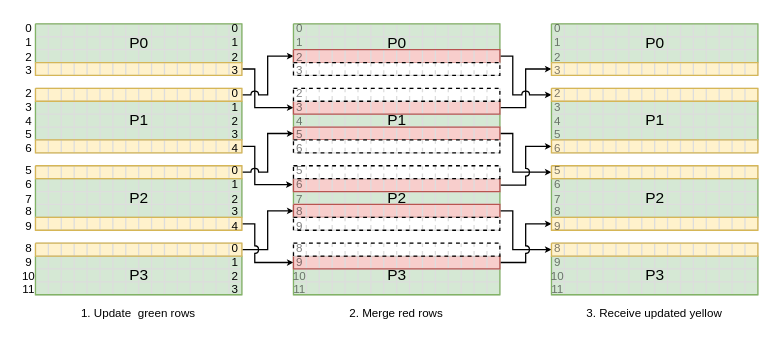
bernardo-silva/Parallel-Distributed-Computing-Project keeps this draw.io diagram as mpi/diagram.drawio. Above is the earlier version. Source tidied: cells renumbered, new cells numbered last; positions are measured from the earlier drawing's top-left corner, leaving out a move shared by most shapes. Both pictures are drawn from the tidied source at 129%, with x=0, y=0 at pixel (22, 23).
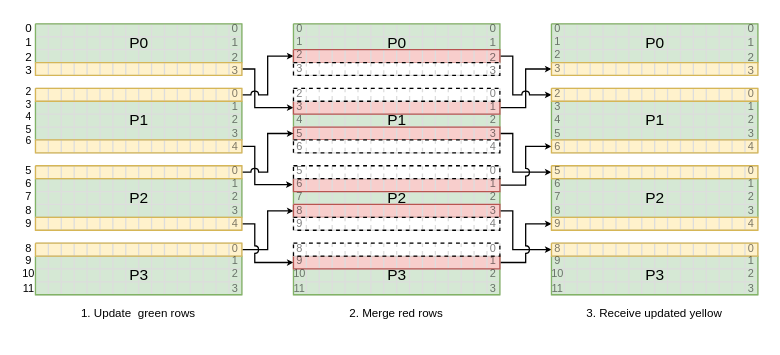
Above is the later version.

The edit, as a diff of the source:
```diff
@@
-    <mxCell id="14" value="2&lt;br&gt;3&lt;br&gt;4&lt;br&gt;5&lt;br&gt;6" style="text;strokeColor=none;fillColor=none;align=center;verticalAlign=top;rounded=0;glass=0;sketch=0;spacing=0;fontSize=9;spacingTop=-6;whiteSpace=wrap;html=1;" parent="1" vertex="1">
+    <mxCell id="14" value="2&lt;br style=&quot;font-size: 8px;&quot;&gt;3&lt;br style=&quot;font-size: 8px;&quot;&gt;4&lt;br style=&quot;font-size: 8px;&quot;&gt;5&lt;br style=&quot;font-size: 8px;&quot;&gt;6" style="text;strokeColor=none;fillColor=none;align=center;verticalAlign=top;rounded=0;glass=0;sketch=0;spacing=0;fontSize=8;spacingTop=-6;whiteSpace=wrap;html=1;" parent="1" vertex="1">
       <mxGeometry y="50" width="10" height="50" as="geometry" />
     </mxCell>
-    <mxCell id="15" value="5&lt;br&gt;6&lt;br&gt;7&lt;br&gt;8&lt;br&gt;9" style="text;strokeColor=none;fillColor=none;align=center;verticalAlign=top;rounded=0;glass=0;sketch=0;spacing=0;fontSize=9;spacingTop=-6;whiteSpace=wrap;html=1;" parent="1" vertex="1">
+    <mxCell id="15" value="5&lt;br style=&quot;font-size: 8.5px;&quot;&gt;6&lt;br style=&quot;font-size: 8.5px;&quot;&gt;7&lt;br style=&quot;font-size: 8.5px;&quot;&gt;8&lt;br style=&quot;font-size: 8.5px;&quot;&gt;9" style="text;strokeColor=none;fillColor=none;align=center;verticalAlign=top;rounded=0;glass=0;sketch=0;spacing=0;fontSize=8.5;spacingTop=-6;whiteSpace=wrap;html=1;" parent="1" vertex="1">
       <mxGeometry y="110" width="10" height="50" as="geometry" />
     </mxCell>
-    <mxCell id="16" value="8&lt;br&gt;9&lt;br&gt;10&lt;br&gt;11" style="text;strokeColor=none;fillColor=none;align=center;verticalAlign=top;rounded=0;glass=0;sketch=0;spacing=0;fontSize=9;spacingTop=-6;whiteSpace=wrap;html=1;" parent="1" vertex="1">
+    <mxCell id="16" value="8&lt;br style=&quot;font-size: 8.5px;&quot;&gt;9&lt;br style=&quot;font-size: 8.5px;&quot;&gt;10&lt;br style=&quot;font-size: 8.5px;&quot;&gt;11" style="text;strokeColor=none;fillColor=none;align=center;verticalAlign=top;rounded=0;glass=0;sketch=0;spacing=0;fontSize=8.5;spacingTop=-6;whiteSpace=wrap;html=1;" parent="1" vertex="1">
       <mxGeometry y="170" width="10" height="40" as="geometry" />
     </mxCell>
@@
-    <mxCell id="46" value="8&lt;br&gt;9&lt;br&gt;10&lt;br&gt;11" style="text;strokeColor=none;fillColor=none;align=center;verticalAlign=top;rounded=0;glass=0;sketch=0;spacing=0;fontSize=9;spacingTop=-6;whiteSpace=wrap;html=1;textOpacity=50;" parent="1" vertex="1">
+    <mxCell id="46" value="8&lt;br style=&quot;font-size: 8.5px;&quot;&gt;9&lt;br style=&quot;font-size: 8.5px;&quot;&gt;10&lt;br style=&quot;font-size: 8.5px;&quot;&gt;11" style="text;strokeColor=none;fillColor=none;align=center;verticalAlign=top;rounded=0;glass=0;sketch=0;spacing=0;fontSize=8.5;spacingTop=-6;whiteSpace=wrap;html=1;textOpacity=50;" parent="1" vertex="1">
       <mxGeometry x="210" y="170" width="10" height="40" as="geometry" />
     </mxCell>
-    <mxCell id="47" value="5&lt;br&gt;6&lt;br&gt;7&lt;br&gt;8&lt;br&gt;9" style="text;strokeColor=none;fillColor=none;align=center;verticalAlign=top;rounded=0;glass=0;sketch=0;spacing=0;fontSize=9;spacingTop=-6;whiteSpace=wrap;html=1;textOpacity=50;" parent="1" vertex="1">
+    <mxCell id="47" value="5&lt;br style=&quot;font-size: 8.5px;&quot;&gt;6&lt;br style=&quot;font-size: 8.5px;&quot;&gt;7&lt;br style=&quot;font-size: 8.5px;&quot;&gt;8&lt;br style=&quot;font-size: 8.5px;&quot;&gt;9" style="text;strokeColor=none;fillColor=none;align=center;verticalAlign=top;rounded=0;glass=0;sketch=0;spacing=0;fontSize=8.5;spacingTop=-6;whiteSpace=wrap;html=1;textOpacity=50;" parent="1" vertex="1">
       <mxGeometry x="210" y="110" width="10" height="50" as="geometry" />
     </mxCell>
-    <mxCell id="48" value="2&lt;br&gt;3&lt;br&gt;4&lt;br&gt;5&lt;br&gt;6" style="text;strokeColor=none;fillColor=none;align=center;verticalAlign=top;rounded=0;glass=0;sketch=0;spacing=0;fontSize=9;spacingTop=-6;whiteSpace=wrap;html=1;textOpacity=50;" parent="1" vertex="1">
+    <mxCell id="48" value="2&lt;br style=&quot;font-size: 8.5px;&quot;&gt;3&lt;br style=&quot;font-size: 8.5px;&quot;&gt;4&lt;br style=&quot;font-size: 8.5px;&quot;&gt;5&lt;br style=&quot;font-size: 8.5px;&quot;&gt;6" style="text;strokeColor=none;fillColor=none;align=center;verticalAlign=top;rounded=0;glass=0;sketch=0;spacing=0;fontSize=8.5;spacingTop=-6;whiteSpace=wrap;html=1;textOpacity=50;" parent="1" vertex="1">
       <mxGeometry x="210" y="50" width="10" height="50" as="geometry" />
     </mxCell>
-    <mxCell id="49" value="0&lt;br style=&quot;font-size: 9px&quot;&gt;1&lt;br style=&quot;font-size: 9px&quot;&gt;2&lt;br&gt;3" style="text;strokeColor=none;fillColor=none;align=center;verticalAlign=top;rounded=0;glass=0;sketch=0;spacing=0;fontSize=9;spacingTop=-6;whiteSpace=wrap;html=1;textOpacity=50;" parent="1" vertex="1">
+    <mxCell id="49" value="0&lt;br style=&quot;font-size: 8.5px;&quot;&gt;1&lt;br style=&quot;font-size: 8.5px;&quot;&gt;2&lt;br style=&quot;font-size: 8.5px;&quot;&gt;3" style="text;strokeColor=none;fillColor=none;align=center;verticalAlign=top;rounded=0;glass=0;sketch=0;spacing=0;fontSize=8.5;spacingTop=-6;whiteSpace=wrap;html=1;textOpacity=50;" parent="1" vertex="1">
       <mxGeometry x="210" width="10" height="40" as="geometry" />
     </mxCell>
@@
-    <mxCell id="60" value="0&lt;br style=&quot;font-size: 9px&quot;&gt;1&lt;br style=&quot;font-size: 9px&quot;&gt;2&lt;br style=&quot;font-size: 9px&quot;&gt;3" style="text;strokeColor=none;fillColor=none;align=center;verticalAlign=top;rounded=0;glass=0;sketch=0;spacing=0;fontSize=9;spacingTop=-6;whiteSpace=wrap;html=1;textOpacity=50;" parent="1" vertex="1">
+    <mxCell id="60" value="0&lt;br style=&quot;font-size: 8.5px;&quot;&gt;1&lt;br style=&quot;font-size: 8.5px;&quot;&gt;2&lt;br style=&quot;font-size: 8.5px;&quot;&gt;3" style="text;strokeColor=none;fillColor=none;align=center;verticalAlign=top;rounded=0;glass=0;sketch=0;spacing=0;fontSize=8.5;spacingTop=-6;whiteSpace=wrap;html=1;textOpacity=50;" parent="1" vertex="1">
       <mxGeometry x="410" width="10" height="40" as="geometry" />
     </mxCell>
-    <mxCell id="61" value="2&lt;br&gt;3&lt;br&gt;4&lt;br&gt;5&lt;br&gt;6" style="text;strokeColor=none;fillColor=none;align=center;verticalAlign=top;rounded=0;glass=0;sketch=0;spacing=0;fontSize=9;spacingTop=-6;whiteSpace=wrap;html=1;textOpacity=50;" parent="1" vertex="1">
+    <mxCell id="61" value="2&lt;br style=&quot;font-size: 8.5px;&quot;&gt;3&lt;br style=&quot;font-size: 8.5px;&quot;&gt;4&lt;br style=&quot;font-size: 8.5px;&quot;&gt;5&lt;br style=&quot;font-size: 8.5px;&quot;&gt;6" style="text;strokeColor=none;fillColor=none;align=center;verticalAlign=top;rounded=0;glass=0;sketch=0;spacing=0;fontSize=8.5;spacingTop=-6;whiteSpace=wrap;html=1;textOpacity=50;" parent="1" vertex="1">
       <mxGeometry x="410" y="50" width="10" height="50" as="geometry" />
     </mxCell>
-    <mxCell id="62" value="5&lt;br&gt;6&lt;br&gt;7&lt;br&gt;8&lt;br&gt;9" style="text;strokeColor=none;fillColor=none;align=center;verticalAlign=top;rounded=0;glass=0;sketch=0;spacing=0;fontSize=9;spacingTop=-6;whiteSpace=wrap;html=1;textOpacity=50;" parent="1" vertex="1">
+    <mxCell id="62" value="5&lt;br style=&quot;font-size: 8.5px;&quot;&gt;6&lt;br style=&quot;font-size: 8.5px;&quot;&gt;7&lt;br style=&quot;font-size: 8.5px;&quot;&gt;8&lt;br style=&quot;font-size: 8.5px;&quot;&gt;9" style="text;strokeColor=none;fillColor=none;align=center;verticalAlign=top;rounded=0;glass=0;sketch=0;spacing=0;fontSize=8.5;spacingTop=-6;whiteSpace=wrap;html=1;textOpacity=50;" parent="1" vertex="1">
       <mxGeometry x="410" y="110" width="10" height="50" as="geometry" />
     </mxCell>
-    <mxCell id="63" value="8&lt;br&gt;9&lt;br&gt;10&lt;br&gt;11" style="text;strokeColor=none;fillColor=none;align=center;verticalAlign=top;rounded=0;glass=0;sketch=0;spacing=0;fontSize=9;spacingTop=-6;whiteSpace=wrap;html=1;textOpacity=50;" parent="1" vertex="1">
+    <mxCell id="63" value="8&lt;br style=&quot;font-size: 8.5px;&quot;&gt;9&lt;br style=&quot;font-size: 8.5px;&quot;&gt;10&lt;br style=&quot;font-size: 8.5px;&quot;&gt;11" style="text;strokeColor=none;fillColor=none;align=center;verticalAlign=top;rounded=0;glass=0;sketch=0;spacing=0;fontSize=8.5;spacingTop=-6;whiteSpace=wrap;html=1;textOpacity=50;" parent="1" vertex="1">
       <mxGeometry x="410" y="170" width="10" height="40" as="geometry" />
     </mxCell>
@@
-    <mxCell id="65" value="0&lt;br&gt;1&lt;br&gt;2&lt;br&gt;3" style="text;strokeColor=none;fillColor=none;align=center;verticalAlign=top;rounded=0;glass=0;sketch=0;spacing=0;fontSize=9;spacingTop=-6;whiteSpace=wrap;html=1;" parent="1" vertex="1">
+    <mxCell id="65" value="0&lt;br&gt;1&lt;br&gt;2&lt;br&gt;3" style="text;strokeColor=none;fillColor=none;align=center;verticalAlign=top;rounded=0;glass=0;sketch=0;spacing=0;fontSize=9;spacingTop=-6;whiteSpace=wrap;html=1;textOpacity=50;" parent="1" vertex="1">
       <mxGeometry x="160" width="10" height="40" as="geometry" />
     </mxCell>
-    <mxCell id="66" value="0&lt;br&gt;1&lt;br&gt;2&lt;br&gt;3&lt;br&gt;4" style="text;strokeColor=none;fillColor=none;align=center;verticalAlign=top;rounded=0;glass=0;sketch=0;spacing=0;fontSize=9;spacingTop=-6;whiteSpace=wrap;html=1;" parent="1" vertex="1">
+    <mxCell id="66" value="0&lt;br style=&quot;font-size: 8.5px;&quot;&gt;1&lt;br style=&quot;font-size: 8.5px;&quot;&gt;2&lt;br style=&quot;font-size: 8.5px;&quot;&gt;3&lt;br style=&quot;font-size: 8.5px;&quot;&gt;4" style="text;strokeColor=none;fillColor=none;align=center;verticalAlign=top;rounded=0;glass=0;sketch=0;spacing=0;fontSize=8.5;spacingTop=-6;whiteSpace=wrap;html=1;textOpacity=50;" parent="1" vertex="1">
       <mxGeometry x="160" y="50" width="10" height="50" as="geometry" />
     </mxCell>
-    <mxCell id="67" value="0&lt;br&gt;1&lt;br&gt;2&lt;br&gt;3&lt;br&gt;4" style="text;strokeColor=none;fillColor=none;align=center;verticalAlign=top;rounded=0;glass=0;sketch=0;spacing=0;fontSize=9;spacingTop=-6;whiteSpace=wrap;html=1;" parent="1" vertex="1">
+    <mxCell id="67" value="0&lt;br style=&quot;font-size: 8.5px;&quot;&gt;1&lt;br style=&quot;font-size: 8.5px;&quot;&gt;2&lt;br style=&quot;font-size: 8.5px;&quot;&gt;3&lt;br style=&quot;font-size: 8.5px;&quot;&gt;4" style="text;strokeColor=none;fillColor=none;align=center;verticalAlign=top;rounded=0;glass=0;sketch=0;spacing=0;fontSize=8.5;spacingTop=-6;whiteSpace=wrap;html=1;textOpacity=50;" parent="1" vertex="1">
       <mxGeometry x="160" y="110" width="10" height="50" as="geometry" />
     </mxCell>
-    <mxCell id="68" value="0&lt;br&gt;1&lt;br&gt;2&lt;br&gt;3" style="text;strokeColor=none;fillColor=none;align=center;verticalAlign=top;rounded=0;glass=0;sketch=0;spacing=0;fontSize=9;spacingTop=-6;whiteSpace=wrap;html=1;" parent="1" vertex="1">
+    <mxCell id="68" value="0&lt;br style=&quot;font-size: 8.5px;&quot;&gt;1&lt;br style=&quot;font-size: 8.5px;&quot;&gt;2&lt;br style=&quot;font-size: 8.5px;&quot;&gt;3" style="text;strokeColor=none;fillColor=none;align=center;verticalAlign=top;rounded=0;glass=0;sketch=0;spacing=0;fontSize=8.5;spacingTop=-6;whiteSpace=wrap;html=1;textOpacity=50;" parent="1" vertex="1">
       <mxGeometry x="160" y="170" width="10" height="40" as="geometry" />
     </mxCell>
+    <mxCell id="69" value="0&lt;br&gt;1&lt;br&gt;2&lt;br&gt;3" style="text;strokeColor=none;fillColor=none;align=center;verticalAlign=top;rounded=0;glass=0;sketch=0;spacing=0;fontSize=9;spacingTop=-6;whiteSpace=wrap;html=1;textOpacity=50;" parent="1" vertex="1">
+      <mxGeometry x="360" width="10" height="40" as="geometry" />
+    </mxCell>
+    <mxCell id="70" value="0&lt;br style=&quot;font-size: 8.5px;&quot;&gt;1&lt;br style=&quot;font-size: 8.5px;&quot;&gt;2&lt;br style=&quot;font-size: 8.5px;&quot;&gt;3&lt;br style=&quot;font-size: 8.5px;&quot;&gt;4" style="text;strokeColor=none;fillColor=none;align=center;verticalAlign=top;rounded=0;glass=0;sketch=0;spacing=0;fontSize=8.5;spacingTop=-6;whiteSpace=wrap;html=1;textOpacity=50;" parent="1" vertex="1">
+      <mxGeometry x="360" y="50" width="10" height="50" as="geometry" />
+    </mxCell>
+    <mxCell id="71" value="0&lt;br style=&quot;font-size: 8.5px;&quot;&gt;1&lt;br style=&quot;font-size: 8.5px;&quot;&gt;2&lt;br style=&quot;font-size: 8.5px;&quot;&gt;3&lt;br style=&quot;font-size: 8.5px;&quot;&gt;4" style="text;strokeColor=none;fillColor=none;align=center;verticalAlign=top;rounded=0;glass=0;sketch=0;spacing=0;fontSize=8.5;spacingTop=-6;whiteSpace=wrap;html=1;textOpacity=50;" parent="1" vertex="1">
+      <mxGeometry x="360" y="110" width="10" height="50" as="geometry" />
+    </mxCell>
+    <mxCell id="72" value="0&lt;br style=&quot;font-size: 8.5px;&quot;&gt;1&lt;br style=&quot;font-size: 8.5px;&quot;&gt;2&lt;br style=&quot;font-size: 8.5px;&quot;&gt;3" style="text;strokeColor=none;fillColor=none;align=center;verticalAlign=top;rounded=0;glass=0;sketch=0;spacing=0;fontSize=8.5;spacingTop=-6;whiteSpace=wrap;html=1;textOpacity=50;" parent="1" vertex="1">
+      <mxGeometry x="360" y="170" width="10" height="40" as="geometry" />
+    </mxCell>
+    <mxCell id="73" value="0&lt;br&gt;1&lt;br&gt;2&lt;br&gt;3" style="text;strokeColor=none;fillColor=none;align=center;verticalAlign=top;rounded=0;glass=0;sketch=0;spacing=0;fontSize=9;spacingTop=-6;whiteSpace=wrap;html=1;textOpacity=50;" parent="1" vertex="1">
+      <mxGeometry x="560" width="10" height="40" as="geometry" />
+    </mxCell>
+    <mxCell id="74" value="0&lt;br style=&quot;font-size: 8.5px;&quot;&gt;1&lt;br style=&quot;font-size: 8.5px;&quot;&gt;2&lt;br style=&quot;font-size: 8.5px;&quot;&gt;3&lt;br style=&quot;font-size: 8.5px;&quot;&gt;4" style="text;strokeColor=none;fillColor=none;align=center;verticalAlign=top;rounded=0;glass=0;sketch=0;spacing=0;fontSize=8.5;spacingTop=-6;whiteSpace=wrap;html=1;textOpacity=50;" parent="1" vertex="1">
+      <mxGeometry x="560" y="50" width="10" height="50" as="geometry" />
+    </mxCell>
+    <mxCell id="75" value="0&lt;br style=&quot;font-size: 8.5px;&quot;&gt;1&lt;br style=&quot;font-size: 8.5px;&quot;&gt;2&lt;br style=&quot;font-size: 8.5px;&quot;&gt;3&lt;br style=&quot;font-size: 8.5px;&quot;&gt;4" style="text;strokeColor=none;fillColor=none;align=center;verticalAlign=top;rounded=0;glass=0;sketch=0;spacing=0;fontSize=8.5;spacingTop=-6;whiteSpace=wrap;html=1;textOpacity=50;" parent="1" vertex="1">
+      <mxGeometry x="560" y="110" width="10" height="50" as="geometry" />
+    </mxCell>
+    <mxCell id="76" value="0&lt;br style=&quot;font-size: 8.5px;&quot;&gt;1&lt;br style=&quot;font-size: 8.5px;&quot;&gt;2&lt;br style=&quot;font-size: 8.5px;&quot;&gt;3" style="text;strokeColor=none;fillColor=none;align=center;verticalAlign=top;rounded=0;glass=0;sketch=0;spacing=0;fontSize=8.5;spacingTop=-6;whiteSpace=wrap;html=1;textOpacity=50;" parent="1" vertex="1">
+      <mxGeometry x="560" y="170" width="10" height="40" as="geometry" />
+    </mxCell>
```
